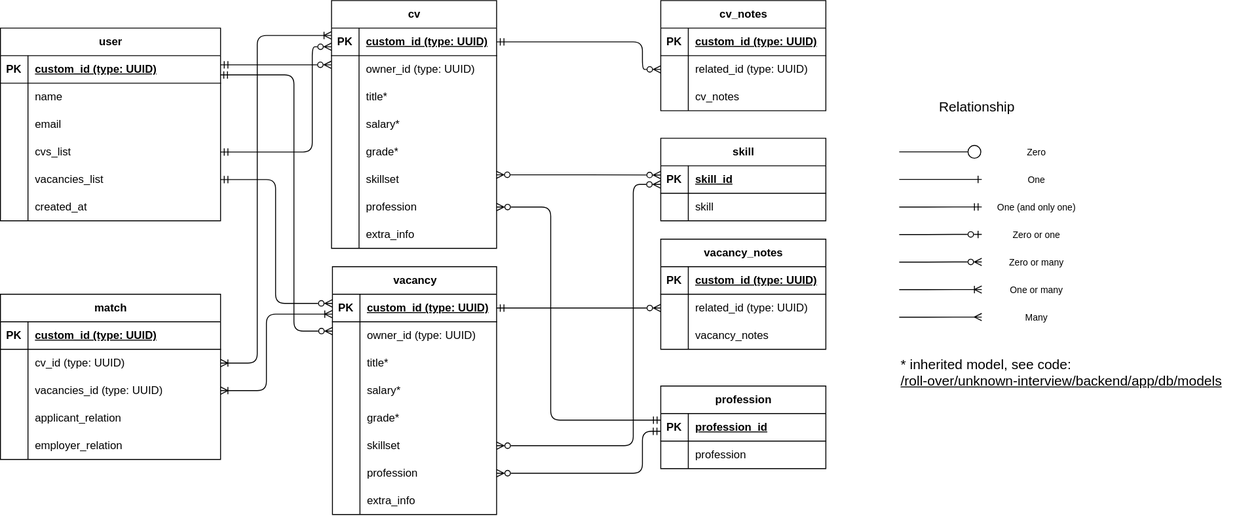
Earlier version of the draw.io export backend/README/diagrams/schemadb.svg (roll-over/unknown-interview). Source tidied: cells renumbered, new cells last; positions are measured from the earlier drawing's top-left corner, leaving out a move shared by most shapes.
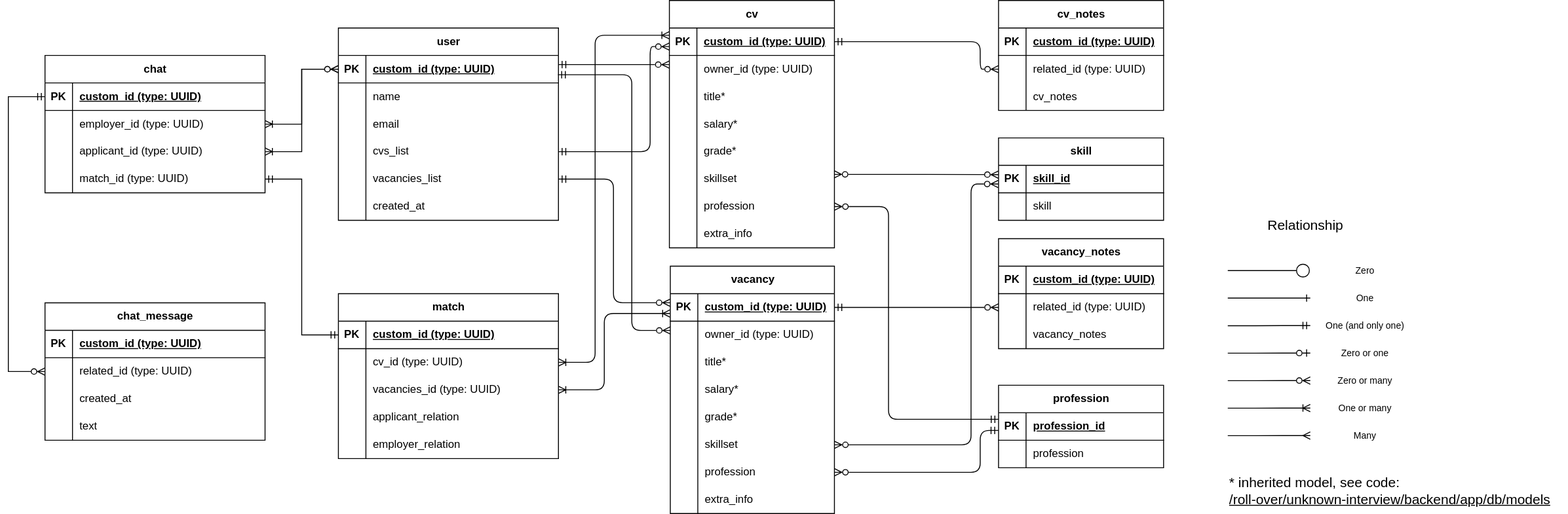
Above is the later version.

Commit message:
Update database diagrams

Diff of the diagram source:
```diff
@@ -3,7 +3,7 @@
     <mxCell id="0" />
     <mxCell id="1" parent="0" />
     <mxCell id="2" value="user" style="shape=table;startSize=30;rowLines=0;fontStyle=1;align=center;html=1;" parent="1" vertex="1">
-      <mxGeometry y="30" width="240" height="210" as="geometry" />
+      <mxGeometry x="10" y="-100" width="240" height="210" as="geometry" />
     </mxCell>
     <mxCell id="3" style="shape=tableRow;horizontal=0;startSize=0;swimlaneHead=0;swimlaneBody=0;fillColor=none;points=[[0,0.5],[1,0.5]];portConstraint=eastwest;top=0;left=0;right=0;bottom=1;" parent="2" vertex="1">
       <mxGeometry y="30" width="240" height="30" as="geometry" />
@@ -60,7 +60,7 @@
       <mxGeometry x="30" width="210" height="30" as="geometry" />
     </mxCell>
     <mxCell id="21" value="cv" style="shape=table;startSize=30;rowLines=0;fontStyle=1;align=center;html=1;" parent="1" vertex="1">
-      <mxGeometry x="361" width="180" height="270" as="geometry" />
+      <mxGeometry x="371" y="-130" width="180" height="270" as="geometry" />
     </mxCell>
     <mxCell id="22" style="shape=tableRow;horizontal=0;startSize=0;swimlaneHead=0;swimlaneBody=0;fillColor=none;points=[[0,0.5],[1,0.5]];portConstraint=eastwest;top=0;left=0;right=0;bottom=1;" parent="21" vertex="1">
       <mxGeometry y="30" width="180" height="30" as="geometry" />
@@ -135,7 +135,7 @@
       <mxGeometry x="30" width="150" height="30" as="geometry" />
     </mxCell>
     <mxCell id="46" value="vacancy" style="shape=table;startSize=30;rowLines=0;fontStyle=1;align=center;html=1;" parent="1" vertex="1">
-      <mxGeometry x="362" y="290" width="179" height="270" as="geometry" />
+      <mxGeometry x="372" y="160" width="179" height="270" as="geometry" />
     </mxCell>
     <mxCell id="47" style="shape=tableRow;horizontal=0;startSize=0;swimlaneHead=0;swimlaneBody=0;fillColor=none;points=[[0,0.5],[1,0.5]];portConstraint=eastwest;top=0;left=0;right=0;bottom=1;" parent="46" vertex="1">
       <mxGeometry y="30" width="179" height="30" as="geometry" />
@@ -210,7 +210,7 @@
       <mxGeometry x="30" width="149" height="30" as="geometry" />
     </mxCell>
     <mxCell id="71" value="cv_notes" style="shape=table;startSize=30;rowLines=0;fontStyle=1;align=center;html=1;" parent="1" vertex="1">
-      <mxGeometry x="720" width="180" height="120" as="geometry" />
+      <mxGeometry x="730" y="-130" width="180" height="120" as="geometry" />
     </mxCell>
     <mxCell id="72" style="shape=tableRow;horizontal=0;startSize=0;swimlaneHead=0;swimlaneBody=0;fillColor=none;top=0;left=0;right=0;bottom=1;" parent="71" vertex="1">
       <mxGeometry y="30" width="180" height="30" as="geometry" />
@@ -240,7 +240,7 @@
       <mxGeometry x="30" width="150" height="30" as="geometry" />
     </mxCell>
     <mxCell id="81" value="skill" style="shape=table;startSize=30;rowLines=0;fontStyle=1;align=center;html=1;" parent="1" vertex="1">
-      <mxGeometry x="720" y="150" width="180" height="90" as="geometry" />
+      <mxGeometry x="730" y="20" width="180" height="90" as="geometry" />
     </mxCell>
     <mxCell id="82" style="shape=tableRow;horizontal=0;startSize=0;swimlaneHead=0;swimlaneBody=0;fillColor=none;points=[[0,0.5],[1,0.5]];portConstraint=eastwest;top=0;left=0;right=0;bottom=1;" parent="81" vertex="1">
       <mxGeometry y="30" width="180" height="30" as="geometry" />
@@ -261,7 +261,7 @@
       <mxGeometry x="30" width="150" height="30" as="geometry" />
     </mxCell>
     <mxCell id="88" value="profession" style="shape=table;startSize=30;rowLines=0;fontStyle=1;align=center;html=1;" parent="1" vertex="1">
-      <mxGeometry x="720" y="420" width="180" height="90" as="geometry" />
+      <mxGeometry x="730" y="290" width="180" height="90" as="geometry" />
     </mxCell>
     <mxCell id="89" style="shape=tableRow;horizontal=0;startSize=0;swimlaneHead=0;swimlaneBody=0;fillColor=none;points=[[0,0.5],[1,0.5]];portConstraint=eastwest;top=0;left=0;right=0;bottom=1;" parent="88" vertex="1">
       <mxGeometry y="30" width="180" height="30" as="geometry" />
@@ -284,21 +284,21 @@
     <mxCell id="95" style="edgeStyle=elbowEdgeStyle;fontSize=12;html=1;endArrow=ERzeroToMany;startArrow=ERmandOne;rounded=1;exitX=-0.001;exitY=0.644;exitDx=0;exitDy=0;entryX=1;entryY=0.5;entryDx=0;entryDy=0;startFill=0;endFill=0;exitPerimeter=0;" parent="1" edge="1" source="89" target="65">
       <mxGeometry relative="1" as="geometry">
         <Array as="points">
-          <mxPoint x="700" y="500" />
+          <mxPoint x="710" y="370" />
         </Array>
       </mxGeometry>
     </mxCell>
     <mxCell id="96" style="edgeStyle=elbowEdgeStyle;fontSize=12;html=1;endArrow=ERmandOne;startArrow=ERzeroToMany;rounded=1;entryX=0;entryY=0.239;entryDx=0;entryDy=0;entryPerimeter=0;endFill=0;exitX=1;exitY=0.5;exitDx=0;exitDy=0;startFill=0;" parent="1" edge="1" source="40" target="89">
       <mxGeometry relative="1" as="geometry">
         <Array as="points">
-          <mxPoint x="600" y="365" />
+          <mxPoint x="610" y="235" />
         </Array>
       </mxGeometry>
     </mxCell>
     <mxCell id="97" style="edgeStyle=elbowEdgeStyle;fontSize=12;html=1;endArrow=ERzeroToMany;rounded=1;entryX=-0.002;entryY=0.678;entryDx=0;entryDy=0;exitX=1;exitY=0.5;exitDx=0;exitDy=0;endFill=0;startArrow=ERzeroToMany;startFill=0;entryPerimeter=0;" parent="1" edge="1" source="62" target="82">
       <mxGeometry relative="1" as="geometry">
         <Array as="points">
-          <mxPoint x="690" y="420" />
+          <mxPoint x="700" y="290" />
         </Array>
       </mxGeometry>
     </mxCell>
@@ -308,12 +308,12 @@
     <mxCell id="99" style="fontSize=12;html=1;endArrow=ERzeroToMany;rounded=1;exitX=1;exitY=0.5;exitDx=0;exitDy=0;startArrow=ERmandOne;startFill=0;endFill=0;edgeStyle=elbowEdgeStyle;entryX=0;entryY=0.5;entryDx=0;entryDy=0;" parent="1" edge="1" source="22" target="75">
       <mxGeometry relative="1" as="geometry">
         <Array as="points">
-          <mxPoint x="700" y="50" />
+          <mxPoint x="710" y="-80" />
         </Array>
       </mxGeometry>
     </mxCell>
     <mxCell id="100" value="vacancy_notes" style="shape=table;startSize=30;rowLines=0;fontStyle=1;align=center;html=1;" parent="1" vertex="1">
-      <mxGeometry x="720" y="260" width="180" height="120" as="geometry" />
+      <mxGeometry x="730" y="130" width="180" height="120" as="geometry" />
     </mxCell>
     <mxCell id="101" style="shape=tableRow;horizontal=0;startSize=0;swimlaneHead=0;swimlaneBody=0;fillColor=none;top=0;left=0;right=0;bottom=1;" parent="100" vertex="1">
       <mxGeometry y="30" width="180" height="30" as="geometry" />
@@ -346,7 +346,7 @@
       <mxGeometry relative="1" as="geometry" />
     </mxCell>
     <mxCell id="111" value="match" style="shape=table;startSize=30;rowLines=0;fontStyle=1;align=center;html=1;" parent="1" vertex="1">
-      <mxGeometry y="320" width="240" height="180" as="geometry" />
+      <mxGeometry x="10" y="190" width="240" height="180" as="geometry" />
     </mxCell>
     <mxCell id="112" style="shape=tableRow;horizontal=0;startSize=0;swimlaneHead=0;swimlaneBody=0;fillColor=none;points=[[0,0.5],[1,0.5]];portConstraint=eastwest;top=0;left=0;right=0;bottom=1;" parent="111" vertex="1">
       <mxGeometry y="30" width="240" height="30" as="geometry" />
@@ -396,14 +396,14 @@
     <mxCell id="127" style="edgeStyle=elbowEdgeStyle;fontSize=12;html=1;endArrow=ERoneToMany;startArrow=ERoneToMany;rounded=1;exitX=1;exitY=0.5;exitDx=0;exitDy=0;startFill=0;endFill=0;entryX=-0.001;entryY=0.267;entryDx=0;entryDy=0;entryPerimeter=0;" parent="1" edge="1" source="115" target="22">
       <mxGeometry relative="1" as="geometry">
         <Array as="points">
-          <mxPoint x="280" y="220" />
+          <mxPoint x="290" y="90" />
         </Array>
       </mxGeometry>
     </mxCell>
     <mxCell id="128" style="edgeStyle=elbowEdgeStyle;fontSize=12;html=1;endArrow=ERoneToMany;startArrow=ERoneToMany;rounded=1;exitX=1;exitY=0.5;exitDx=0;exitDy=0;startFill=0;endFill=0;entryX=-0.002;entryY=0.722;entryDx=0;entryDy=0;entryPerimeter=0;" parent="1" edge="1" source="118" target="47">
       <mxGeometry relative="1" as="geometry">
         <Array as="points">
-          <mxPoint x="290" y="380" />
+          <mxPoint x="300" y="250" />
         </Array>
       </mxGeometry>
     </mxCell>
@@ -461,28 +461,28 @@
     <mxCell id="141" style="edgeStyle=elbowEdgeStyle;fontSize=12;html=1;endArrow=ERzeroToMany;startArrow=ERmandOne;rounded=1;entryX=0;entryY=0.678;entryDx=0;entryDy=0;entryPerimeter=0;exitX=1;exitY=0.5;exitDx=0;exitDy=0;startFill=0;endFill=0;" parent="1" edge="1" source="12" target="22">
       <mxGeometry relative="1" as="geometry">
         <Array as="points">
-          <mxPoint x="340" y="120" />
+          <mxPoint x="350" y="-10" />
         </Array>
       </mxGeometry>
     </mxCell>
     <mxCell id="142" style="edgeStyle=elbowEdgeStyle;fontSize=12;html=1;endArrow=ERzeroToMany;startArrow=ERmandOne;rounded=1;exitX=1;exitY=0.5;exitDx=0;exitDy=0;startFill=0;endFill=0;entryX=-0.001;entryY=0.331;entryDx=0;entryDy=0;entryPerimeter=0;" parent="1" edge="1" source="15" target="47">
       <mxGeometry relative="1" as="geometry">
         <Array as="points">
-          <mxPoint x="300" y="250" />
-          <mxPoint x="310" y="280" />
+          <mxPoint x="310" y="120" />
+          <mxPoint x="320" y="150" />
         </Array>
       </mxGeometry>
     </mxCell>
     <mxCell id="143" style="edgeStyle=entityRelationEdgeStyle;fontSize=12;html=1;endArrow=ERzeroToMany;startArrow=ERmandOne;rounded=0;entryX=-0.001;entryY=0.333;entryDx=0;entryDy=0;entryPerimeter=0;endFill=0;" parent="1" edge="1" target="25">
       <mxGeometry relative="1" as="geometry">
-        <mxPoint x="240" y="70" as="sourcePoint" />
+        <mxPoint x="250" y="-60" as="sourcePoint" />
       </mxGeometry>
     </mxCell>
     <mxCell id="144" style="edgeStyle=elbowEdgeStyle;fontSize=12;html=1;endArrow=ERzeroToMany;startArrow=ERmandOne;rounded=1;exitX=0.998;exitY=0.701;exitDx=0;exitDy=0;exitPerimeter=0;entryX=0;entryY=0.338;entryDx=0;entryDy=0;entryPerimeter=0;endFill=0;" parent="1" edge="1" source="3" target="50">
       <mxGeometry relative="1" as="geometry">
         <Array as="points">
-          <mxPoint x="320" y="140" />
-          <mxPoint x="330" y="220" />
+          <mxPoint x="330" y="10" />
+          <mxPoint x="340" y="90" />
         </Array>
       </mxGeometry>
     </mxCell>
@@ -504,5 +504,100 @@
     <mxCell id="148" value="Zero or one" style="text;html=1;strokeColor=none;fillColor=none;align=center;verticalAlign=middle;whiteSpace=wrap;rounded=0;fontSize=10;" parent="1" vertex="1">
       <mxGeometry x="1075" y="240" width="110" height="30" as="geometry" />
     </mxCell>
+    <mxCell id="149" value="chat" style="shape=table;startSize=30;rowLines=0;fontStyle=1;align=center;html=1;" parent="1" vertex="1">
+      <mxGeometry x="-310" y="-70" width="240" height="150" as="geometry" />
+    </mxCell>
+    <mxCell id="150" style="shape=tableRow;horizontal=0;startSize=0;swimlaneHead=0;swimlaneBody=0;fillColor=none;points=[[0,0.5],[1,0.5]];portConstraint=eastwest;top=0;left=0;right=0;bottom=1;" parent="149" vertex="1">
+      <mxGeometry y="30" width="240" height="30" as="geometry" />
+    </mxCell>
+    <mxCell id="151" value="PK" style="shape=partialRectangle;fillColor=none;top=0;left=0;bottom=0;right=0;fontStyle=1;overflow=hidden;whiteSpace=wrap;html=1;" parent="150" vertex="1">
+      <mxGeometry width="30" height="30" as="geometry" />
+    </mxCell>
+    <mxCell id="152" value="custom_id (type:&amp;nbsp;UUID)" style="shape=partialRectangle;fillColor=none;top=0;left=0;bottom=0;right=0;align=left;spacingLeft=6;fontStyle=5;overflow=hidden;whiteSpace=wrap;html=1;" parent="150" vertex="1">
+      <mxGeometry x="30" width="210" height="30" as="geometry" />
+    </mxCell>
+    <mxCell id="153" style="shape=tableRow;horizontal=0;startSize=0;swimlaneHead=0;swimlaneBody=0;fillColor=none;points=[[0,0.5],[1,0.5]];portConstraint=eastwest;top=0;left=0;right=0;bottom=0;" parent="149" vertex="1">
+      <mxGeometry y="60" width="240" height="30" as="geometry" />
+    </mxCell>
+    <mxCell id="154" style="shape=partialRectangle;fillColor=none;top=0;left=0;bottom=0;right=0;overflow=hidden;whiteSpace=wrap;html=1;" parent="153" vertex="1">
+      <mxGeometry width="30" height="30" as="geometry" />
+    </mxCell>
+    <mxCell id="155" value="employer_id (type: UUID)" style="shape=partialRectangle;fillColor=none;top=0;left=0;bottom=0;right=0;align=left;spacingLeft=6;overflow=hidden;whiteSpace=wrap;html=1;" parent="153" vertex="1">
+      <mxGeometry x="30" width="210" height="30" as="geometry" />
+    </mxCell>
+    <mxCell id="156" style="shape=tableRow;horizontal=0;startSize=0;swimlaneHead=0;swimlaneBody=0;fillColor=none;points=[[0,0.5],[1,0.5]];portConstraint=eastwest;top=0;left=0;right=0;bottom=0;" parent="149" vertex="1">
+      <mxGeometry y="90" width="240" height="30" as="geometry" />
+    </mxCell>
+    <mxCell id="157" style="shape=partialRectangle;fillColor=none;top=0;left=0;bottom=0;right=0;overflow=hidden;whiteSpace=wrap;html=1;" parent="156" vertex="1">
+      <mxGeometry width="30" height="30" as="geometry" />
+    </mxCell>
+    <mxCell id="158" value="applicant_id (type: UUID)" style="shape=partialRectangle;fillColor=none;top=0;left=0;bottom=0;right=0;align=left;spacingLeft=6;overflow=hidden;whiteSpace=wrap;html=1;" parent="156" vertex="1">
+      <mxGeometry x="30" width="210" height="30" as="geometry" />
+    </mxCell>
+    <mxCell id="159" style="shape=tableRow;horizontal=0;startSize=0;swimlaneHead=0;swimlaneBody=0;fillColor=none;points=[[0,0.5],[1,0.5]];portConstraint=eastwest;top=0;left=0;right=0;bottom=0;" parent="149" vertex="1">
+      <mxGeometry y="120" width="240" height="30" as="geometry" />
+    </mxCell>
+    <mxCell id="160" style="shape=partialRectangle;fillColor=none;top=0;left=0;bottom=0;right=0;overflow=hidden;whiteSpace=wrap;html=1;" parent="159" vertex="1">
+      <mxGeometry width="30" height="30" as="geometry" />
+    </mxCell>
+    <mxCell id="161" value="match_id (type: UUID)" style="shape=partialRectangle;fillColor=none;top=0;left=0;bottom=0;right=0;align=left;spacingLeft=6;overflow=hidden;whiteSpace=wrap;html=1;" parent="159" vertex="1">
+      <mxGeometry x="30" width="210" height="30" as="geometry" />
+    </mxCell>
+    <mxCell id="162" value="chat_message" style="shape=table;startSize=30;rowLines=0;fontStyle=1;align=center;html=1;" parent="1" vertex="1">
+      <mxGeometry x="-310" y="200" width="240" height="150" as="geometry" />
+    </mxCell>
+    <mxCell id="163" style="shape=tableRow;horizontal=0;startSize=0;swimlaneHead=0;swimlaneBody=0;fillColor=none;top=0;left=0;right=0;bottom=1;" parent="162" vertex="1">
+      <mxGeometry y="30" width="240" height="30" as="geometry" />
+    </mxCell>
+    <mxCell id="164" value="PK" style="shape=partialRectangle;fillColor=none;top=0;left=0;bottom=0;right=0;fontStyle=1;overflow=hidden;whiteSpace=wrap;html=1;" parent="163" vertex="1">
+      <mxGeometry width="30" height="30" as="geometry" />
+    </mxCell>
+    <mxCell id="165" value="custom_id (type:&amp;nbsp;UUID)" style="shape=partialRectangle;fillColor=none;top=0;left=0;bottom=0;right=0;align=left;spacingLeft=6;fontStyle=5;overflow=hidden;whiteSpace=wrap;html=1;" parent="163" vertex="1">
+      <mxGeometry x="30" width="210" height="30" as="geometry" />
+    </mxCell>
+    <mxCell id="166" style="shape=tableRow;horizontal=0;startSize=0;swimlaneHead=0;swimlaneBody=0;fillColor=none;points=[[0,0.5],[1,0.5]];portConstraint=eastwest;top=0;left=0;right=0;bottom=0;" parent="162" vertex="1">
+      <mxGeometry y="60" width="240" height="30" as="geometry" />
+    </mxCell>
+    <mxCell id="167" style="shape=partialRectangle;fillColor=none;top=0;left=0;bottom=0;right=0;overflow=hidden;whiteSpace=wrap;html=1;" parent="166" vertex="1">
+      <mxGeometry width="30" height="30" as="geometry" />
+    </mxCell>
+    <mxCell id="168" value="related_id (type: UUID)" style="shape=partialRectangle;fillColor=none;top=0;left=0;bottom=0;right=0;align=left;spacingLeft=6;overflow=hidden;whiteSpace=wrap;html=1;" parent="166" vertex="1">
+      <mxGeometry x="30" width="210" height="30" as="geometry" />
+    </mxCell>
+    <mxCell id="169" style="shape=tableRow;horizontal=0;startSize=0;swimlaneHead=0;swimlaneBody=0;fillColor=none;top=0;left=0;right=0;bottom=0;" parent="162" vertex="1">
+      <mxGeometry y="90" width="240" height="30" as="geometry" />
+    </mxCell>
+    <mxCell id="170" style="shape=partialRectangle;fillColor=none;top=0;left=0;bottom=0;right=0;overflow=hidden;whiteSpace=wrap;html=1;" parent="169" vertex="1">
+      <mxGeometry width="30" height="30" as="geometry" />
+    </mxCell>
+    <mxCell id="171" value="created_at" style="shape=partialRectangle;fillColor=none;top=0;left=0;bottom=0;right=0;align=left;spacingLeft=6;overflow=hidden;whiteSpace=wrap;html=1;" parent="169" vertex="1">
+      <mxGeometry x="30" width="210" height="30" as="geometry" />
+    </mxCell>
+    <mxCell id="172" style="shape=tableRow;horizontal=0;startSize=0;swimlaneHead=0;swimlaneBody=0;fillColor=none;top=0;left=0;right=0;bottom=0;" parent="162" vertex="1">
+      <mxGeometry y="120" width="240" height="30" as="geometry" />
+    </mxCell>
+    <mxCell id="173" style="shape=partialRectangle;fillColor=none;top=0;left=0;bottom=0;right=0;overflow=hidden;whiteSpace=wrap;html=1;" parent="172" vertex="1">
+      <mxGeometry width="30" height="30" as="geometry" />
+    </mxCell>
+    <mxCell id="174" value="text" style="shape=partialRectangle;fillColor=none;top=0;left=0;bottom=0;right=0;align=left;spacingLeft=6;overflow=hidden;whiteSpace=wrap;html=1;" parent="172" vertex="1">
+      <mxGeometry x="30" width="210" height="30" as="geometry" />
+    </mxCell>
+    <mxCell id="175" style="fontSize=12;html=1;endArrow=ERzeroToMany;startArrow=ERmandOne;rounded=0;exitX=0;exitY=0.5;exitDx=0;exitDy=0;entryX=0;entryY=0.5;entryDx=0;entryDy=0;edgeStyle=orthogonalEdgeStyle;" parent="1" edge="1" source="150" target="166">
+      <mxGeometry relative="1" as="geometry">
+        <Array as="points">
+          <mxPoint x="-350" y="-25" />
+          <mxPoint x="-350" y="275" />
+        </Array>
+      </mxGeometry>
+    </mxCell>
+    <mxCell id="176" style="fontSize=12;html=1;endArrow=ERoneToMany;startArrow=ERzeroToMany;rounded=0;entryX=1;entryY=0.5;entryDx=0;entryDy=0;exitX=0;exitY=0.5;exitDx=0;exitDy=0;edgeStyle=orthogonalEdgeStyle;" parent="1" edge="1" source="3" target="153">
+      <mxGeometry relative="1" as="geometry" />
+    </mxCell>
+    <mxCell id="177" style="fontSize=12;html=1;endArrow=ERoneToMany;startArrow=ERzeroToMany;rounded=0;entryX=1;entryY=0.5;entryDx=0;entryDy=0;exitX=0;exitY=0.5;exitDx=0;exitDy=0;edgeStyle=orthogonalEdgeStyle;" parent="1" edge="1" source="3" target="156">
+      <mxGeometry relative="1" as="geometry" />
+    </mxCell>
+    <mxCell id="178" style="edgeStyle=orthogonalEdgeStyle;fontSize=12;html=1;endArrow=ERmandOne;startArrow=ERmandOne;rounded=0;entryX=1;entryY=0.5;entryDx=0;entryDy=0;exitX=0;exitY=0.5;exitDx=0;exitDy=0;" parent="1" edge="1" source="112" target="159">
+      <mxGeometry relative="1" as="geometry" />
+    </mxCell>
   </root>
 </mxGraphModel>
```
